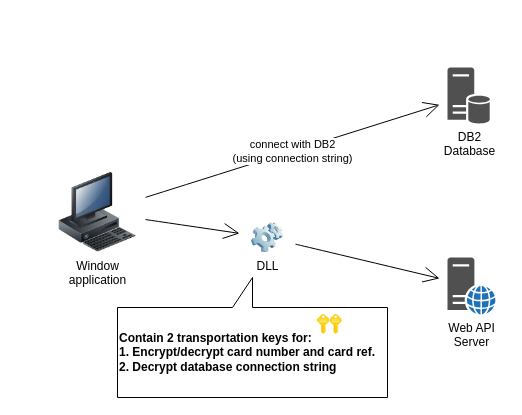
delphihero/MyDocument keeps this draw.io diagram as scb-fix-3tier-diagram.drawio. Above is the earlier version. Source tidied: cells renumbered, new cells numbered last; positions are measured from the earlier drawing's top-left corner, leaving out a move shared by most shapes. Both pictures are drawn from the tidied source at 100%, with x=0, y=0 at pixel (57, 67).
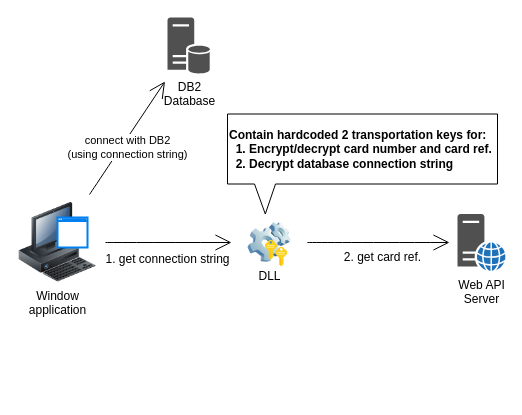
The same diagram, later.

What changed in the source:
```diff
@@
 <mxGraphModel>
   <root>
     <mxCell id="0" />
     <mxCell id="1" parent="0" />
     <mxCell id="2" value="&lt;div&gt;DB2 &lt;br&gt;&lt;/div&gt;&lt;div&gt;Database&lt;/div&gt;" style="sketch=0;shadow=0;dashed=0;html=1;strokeColor=none;fillColor=#505050;labelPosition=center;verticalLabelPosition=bottom;verticalAlign=top;outlineConnect=0;align=center;shape=mxgraph.office.servers.database_server;hachureGap=4;" parent="1" vertex="1">
-      <mxGeometry x="390" width="43" height="56" as="geometry" />
+      <mxGeometry x="110" y="-50" width="43" height="56" as="geometry" />
     </mxCell>
     <mxCell id="3" value="&lt;div&gt;Web API&lt;/div&gt;&lt;div&gt;Server&lt;br&gt;&lt;/div&gt;" style="sketch=0;shadow=0;dashed=0;html=1;strokeColor=none;fillColor=#505050;labelPosition=center;verticalLabelPosition=bottom;verticalAlign=top;outlineConnect=0;align=center;shape=mxgraph.office.servers.web_server_blue;hachureGap=4;" parent="1" vertex="1">
-      <mxGeometry x="390" y="190" width="48" height="57" as="geometry" />
+      <mxGeometry x="400" y="146.5" width="48" height="57" as="geometry" />
     </mxCell>
     <mxCell id="4" style="edgeStyle=none;curved=1;rounded=0;jettySize=auto;html=1;endArrow=open;startSize=14;endSize=14;sourcePerimeterSpacing=8;targetPerimeterSpacing=8;" parent="1" edge="1" source="6" target="8">
       <mxGeometry relative="1" as="geometry" />
     </mxCell>
     <mxCell id="5" value="&lt;div&gt;connect with DB2&lt;/div&gt;&lt;div&gt;(using connection string)&lt;br&gt;&lt;/div&gt;" style="edgeStyle=none;curved=1;rounded=0;jettySize=auto;html=1;endArrow=open;startSize=14;endSize=14;sourcePerimeterSpacing=8;targetPerimeterSpacing=8;" parent="1" edge="1" source="6" target="2">
-      <mxGeometry relative="1" as="geometry" />
+      <mxGeometry x="-0.11" y="-5" relative="1" as="geometry" />
     </mxCell>
+    <mxCell id="7" style="edgeStyle=none;curved=1;rounded=0;jettySize=auto;html=1;endArrow=open;startSize=14;endSize=14;sourcePerimeterSpacing=8;targetPerimeterSpacing=8;" parent="1" edge="1" source="8" target="3">
+      <mxGeometry relative="1" as="geometry" />
+    </mxCell>
+    <mxCell id="9" value="&lt;div align=&quot;left&quot;&gt;&lt;b&gt;Contain hardcoded 2 transportation keys for:&lt;/b&gt;&lt;/div&gt;&lt;div align=&quot;left&quot;&gt;&lt;b&gt;&amp;nbsp; 1. Encrypt/decrypt card number and card ref.&lt;/b&gt;&lt;/div&gt;&lt;div align=&quot;left&quot;&gt;&lt;b&gt;&amp;nbsp; 2. Decrypt database connection string &lt;br&gt;&lt;/b&gt;&lt;/div&gt;" style="shape=callout;whiteSpace=wrap;html=1;perimeter=calloutPerimeter;hachureGap=4;direction=east;align=left;size=30;position=0.1;position2=0.14;base=21;" parent="1" vertex="1">
+      <mxGeometry x="170" y="46.5" width="270" height="100" as="geometry" />
+    </mxCell>
+    <mxCell id="12" style="group;" parent="1" vertex="1">
+      <mxGeometry x="-40" y="135" width="80" height="80" as="geometry" />
+    </mxCell>
-    <mxCell id="6" value="&lt;div&gt;Window&lt;/div&gt;&lt;div&gt;application&lt;br&gt;&lt;/div&gt;" style="image;html=1;image=img/lib/clip_art/computers/Workstation_128x128.png;hachureGap=4;" parent="1" vertex="1">
-      <mxGeometry y="105" width="80" height="80" as="geometry" />
+    <mxCell id="6" value="&lt;div&gt;Window&lt;/div&gt;&lt;div&gt;application&lt;br&gt;&lt;/div&gt;" style="image;html=1;image=img/lib/clip_art/computers/Workstation_128x128.png;hachureGap=4;" parent="12" vertex="1">
+      <mxGeometry width="80" height="80" as="geometry" />
     </mxCell>
-    <mxCell id="7" style="edgeStyle=none;curved=1;rounded=0;jettySize=auto;html=1;endArrow=open;startSize=14;endSize=14;sourcePerimeterSpacing=8;targetPerimeterSpacing=8;" parent="1" edge="1" source="8" target="3">
-      <mxGeometry relative="1" as="geometry" />
-    </mxCell>
+    <mxCell id="13" style="html=1;verticalLabelPosition=bottom;align=center;labelBackgroundColor=#ffffff;verticalAlign=top;strokeWidth=2;strokeColor=#0080F0;shadow=0;dashed=0;shape=mxgraph.ios7.icons.window;hachureGap=4;" parent="12" vertex="1">
+      <mxGeometry x="40" y="15" width="30" height="30" as="geometry" />
+    </mxCell>
+    <mxCell id="14" style="group;" parent="1" vertex="1">
+      <mxGeometry x="182" y="155" width="60" height="44.5" as="geometry" />
+    </mxCell>
-    <mxCell id="8" value="DLL" style="image;html=1;image=img/lib/clip_art/computers/Software_128x128.png;hachureGap=4;" parent="1" vertex="1">
-      <mxGeometry x="190" y="155" width="40" height="30" as="geometry" />
+    <mxCell id="8" value="DLL" style="image;html=1;image=img/lib/clip_art/computers/Software_128x128.png;hachureGap=4;" parent="14" vertex="1">
+      <mxGeometry width="60" height="40" as="geometry" />
     </mxCell>
-    <mxCell id="9" value="&lt;div align=&quot;left&quot;&gt;&lt;b&gt;Contain 2 transportation keys for:&lt;/b&gt;&lt;/div&gt;&lt;div align=&quot;left&quot;&gt;&lt;b&gt;1. Encrypt/decrypt card number and card ref.&lt;/b&gt;&lt;/div&gt;&lt;div align=&quot;left&quot;&gt;&lt;b&gt;2. Decrypt database connection string &lt;br&gt;&lt;/b&gt;&lt;/div&gt;" style="shape=callout;whiteSpace=wrap;html=1;perimeter=calloutPerimeter;hachureGap=4;direction=west;align=left;" parent="1" vertex="1">
-      <mxGeometry x="60" y="210" width="270" height="120" as="geometry" />
-    </mxCell>
+    <mxCell id="15" style="group;" parent="14" vertex="1">
+      <mxGeometry x="25.6" y="17.5" width="22.8" height="27" as="geometry" />
+    </mxCell>
-    <mxCell id="10" style="sketch=0;html=1;align=center;image;fontSize=12;image=img/lib/mscae/Key.svg;hachureGap=4;" parent="1" vertex="1">
-      <mxGeometry x="260" y="247" width="12.4" height="20" as="geometry" />
+    <mxCell id="10" style="sketch=0;html=1;align=center;image;fontSize=12;image=img/lib/mscae/Key.svg;hachureGap=4;" parent="15" vertex="1">
+      <mxGeometry x="10.4" y="7" width="12.4" height="20" as="geometry" />
     </mxCell>
-    <mxCell id="11" style="sketch=0;html=1;align=center;image;fontSize=12;image=img/lib/mscae/Key.svg;hachureGap=4;" parent="1" vertex="1">
-      <mxGeometry x="272.4" y="247" width="12.4" height="20" as="geometry" />
+    <mxCell id="11" style="sketch=0;html=1;align=center;image;fontSize=12;image=img/lib/mscae/Key.svg;hachureGap=4;" parent="15" vertex="1">
+      <mxGeometry width="12.4" height="20" as="geometry" />
     </mxCell>
+    <mxCell id="16" value="1. get connection string" style="text;html=1;align=center;verticalAlign=middle;fillColor=none;strokeColor=none;rounded=0;hachureGap=4;" parent="1" vertex="1">
+      <mxGeometry x="40" y="181.5" width="140" height="20" as="geometry" />
+    </mxCell>
+    <mxCell id="17" value="2. get card ref." style="text;html=1;align=center;verticalAlign=middle;fillColor=none;strokeColor=none;rounded=0;hachureGap=4;" parent="1" vertex="1">
+      <mxGeometry x="280" y="179.5" width="90" height="20" as="geometry" />
+    </mxCell>
   </root>
 </mxGraphModel>
```
